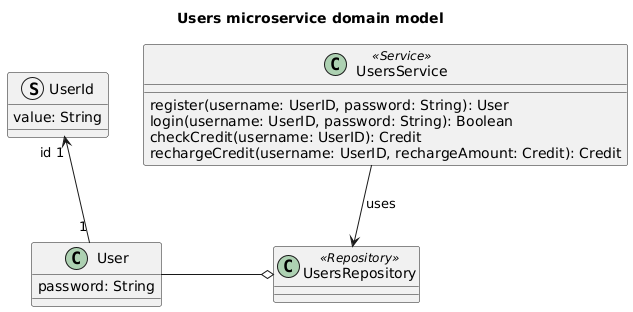
This is doc/diagrams/users-microservice-domain-model.png from Ventus218/SAP-assignment-02, a PlantUML export, as it was before one commit. The source it was exported from:
```plantuml
@startuml users-microservice-domain-model

title Users microservice domain model

class User {
    password: String
}
struct UserId {
    value: String
}
User "1" -u-> "id 1" UserId

class UsersRepository <<Repository>>
UsersRepository o-l- User

class UsersService <<Service>> {
    register(username: UserID, password: String): User
    login(username: UserID, password: String): Boolean
    checkCredit(username: UserID): Credit
    rechargeCredit(username: UserID, rechargeAmount: Credit): Credit
}

UsersService --> UsersRepository : "uses"

@enduml
```
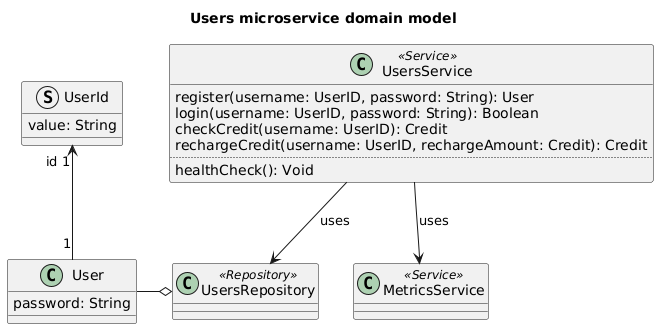
The same file after the commit.

The edit, as a diff of the source:
```diff
@@ -18,8 +18,13 @@
     login(username: UserID, password: String): Boolean
     checkCredit(username: UserID): Credit
     rechargeCredit(username: UserID, rechargeAmount: Credit): Credit
+    ..
+    healthCheck(): Void
 }
 
 UsersService --> UsersRepository : "uses"
 
+class MetricsService <<Service>>
+UsersService --> MetricsService : "uses"
+
 @enduml
```
